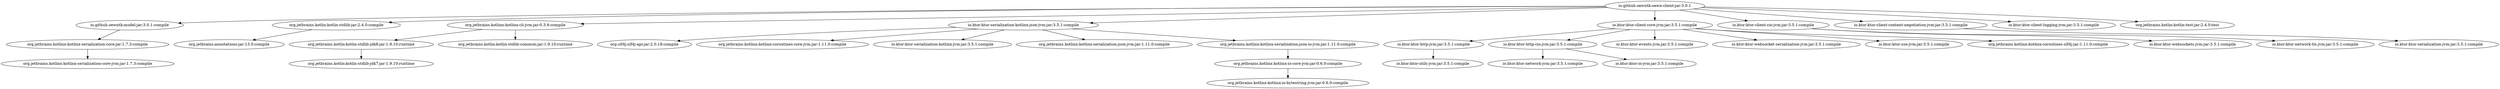
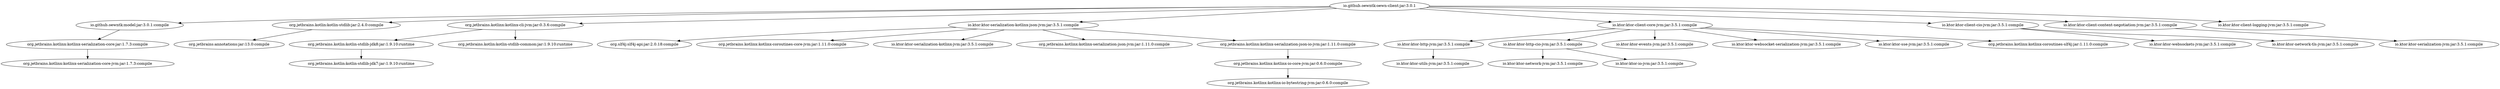
digraph "io.github.oewntk:oewn-client:jar:3.0.1" {
	"io.github.oewntk:oewn-client:jar:3.0.1" -> "io.github.oewntk:model:jar:3.0.1:compile" ;
	"io.github.oewntk:oewn-client:jar:3.0.1" -> "org.jetbrains.kotlin:kotlin-stdlib:jar:2.4.0:compile" ;
	"io.github.oewntk:oewn-client:jar:3.0.1" -> "org.jetbrains.kotlinx:kotlinx-cli-jvm:jar:0.3.6:compile" ;
	"io.github.oewntk:oewn-client:jar:3.0.1" -> "io.ktor:ktor-serialization-kotlinx-json-jvm:jar:3.5.1:compile" ;
	"io.github.oewntk:oewn-client:jar:3.0.1" -> "io.ktor:ktor-client-core-jvm:jar:3.5.1:compile" ;
	"io.github.oewntk:oewn-client:jar:3.0.1" -> "io.ktor:ktor-client-cio-jvm:jar:3.5.1:compile" ;
	"io.github.oewntk:oewn-client:jar:3.0.1" -> "io.ktor:ktor-client-content-negotiation-jvm:jar:3.5.1:compile" ;
	"io.github.oewntk:oewn-client:jar:3.0.1" -> "io.ktor:ktor-client-logging-jvm:jar:3.5.1:compile" ;
- 	"io.github.oewntk:oewn-client:jar:3.0.1" -> "org.jetbrains.kotlin:kotlin-test:jar:2.4.0:test" ;
	"io.github.oewntk:model:jar:3.0.1:compile" -> "org.jetbrains.kotlinx:kotlinx-serialization-core:jar:1.7.3:compile" ;
	"org.jetbrains.kotlinx:kotlinx-serialization-core:jar:1.7.3:compile" -> "org.jetbrains.kotlinx:kotlinx-serialization-core-jvm:jar:1.7.3:compile" ;
	"org.jetbrains.kotlin:kotlin-stdlib:jar:2.4.0:compile" -> "org.jetbrains:annotations:jar:13.0:compile" ;
	"org.jetbrains.kotlinx:kotlinx-cli-jvm:jar:0.3.6:compile" -> "org.jetbrains.kotlin:kotlin-stdlib-jdk8:jar:1.9.10:runtime" ;
	"org.jetbrains.kotlinx:kotlinx-cli-jvm:jar:0.3.6:compile" -> "org.jetbrains.kotlin:kotlin-stdlib-common:jar:1.9.10:runtime" ;
	"org.jetbrains.kotlin:kotlin-stdlib-jdk8:jar:1.9.10:runtime" -> "org.jetbrains.kotlin:kotlin-stdlib-jdk7:jar:1.9.10:runtime" ;
	"io.ktor:ktor-serialization-kotlinx-json-jvm:jar:3.5.1:compile" -> "org.slf4j:slf4j-api:jar:2.0.18:compile" ;
	"io.ktor:ktor-serialization-kotlinx-json-jvm:jar:3.5.1:compile" -> "org.jetbrains.kotlinx:kotlinx-coroutines-core-jvm:jar:1.11.0:compile" ;
	"io.ktor:ktor-serialization-kotlinx-json-jvm:jar:3.5.1:compile" -> "io.ktor:ktor-serialization-kotlinx-jvm:jar:3.5.1:compile" ;
	"io.ktor:ktor-serialization-kotlinx-json-jvm:jar:3.5.1:compile" -> "org.jetbrains.kotlinx:kotlinx-serialization-json-jvm:jar:1.11.0:compile" ;
	"io.ktor:ktor-serialization-kotlinx-json-jvm:jar:3.5.1:compile" -> "org.jetbrains.kotlinx:kotlinx-serialization-json-io-jvm:jar:1.11.0:compile" ;
	"org.jetbrains.kotlinx:kotlinx-serialization-json-io-jvm:jar:1.11.0:compile" -> "org.jetbrains.kotlinx:kotlinx-io-core-jvm:jar:0.6.0:compile" ;
	"org.jetbrains.kotlinx:kotlinx-io-core-jvm:jar:0.6.0:compile" -> "org.jetbrains.kotlinx:kotlinx-io-bytestring-jvm:jar:0.6.0:compile" ;
	"io.ktor:ktor-client-core-jvm:jar:3.5.1:compile" -> "io.ktor:ktor-http-jvm:jar:3.5.1:compile" ;
	"io.ktor:ktor-client-core-jvm:jar:3.5.1:compile" -> "io.ktor:ktor-http-cio-jvm:jar:3.5.1:compile" ;
	"io.ktor:ktor-client-core-jvm:jar:3.5.1:compile" -> "io.ktor:ktor-events-jvm:jar:3.5.1:compile" ;
	"io.ktor:ktor-client-core-jvm:jar:3.5.1:compile" -> "io.ktor:ktor-websocket-serialization-jvm:jar:3.5.1:compile" ;
	"io.ktor:ktor-client-core-jvm:jar:3.5.1:compile" -> "io.ktor:ktor-sse-jvm:jar:3.5.1:compile" ;
	"io.ktor:ktor-client-core-jvm:jar:3.5.1:compile" -> "org.jetbrains.kotlinx:kotlinx-coroutines-slf4j:jar:1.11.0:compile" ;
	"io.ktor:ktor-http-jvm:jar:3.5.1:compile" -> "io.ktor:ktor-utils-jvm:jar:3.5.1:compile" ;
	"io.ktor:ktor-http-cio-jvm:jar:3.5.1:compile" -> "io.ktor:ktor-network-jvm:jar:3.5.1:compile" ;
	"io.ktor:ktor-http-cio-jvm:jar:3.5.1:compile" -> "io.ktor:ktor-io-jvm:jar:3.5.1:compile" ;
	"io.ktor:ktor-client-cio-jvm:jar:3.5.1:compile" -> "io.ktor:ktor-websockets-jvm:jar:3.5.1:compile" ;
	"io.ktor:ktor-client-cio-jvm:jar:3.5.1:compile" -> "io.ktor:ktor-network-tls-jvm:jar:3.5.1:compile" ;
	"io.ktor:ktor-client-content-negotiation-jvm:jar:3.5.1:compile" -> "io.ktor:ktor-serialization-jvm:jar:3.5.1:compile" ;
 }